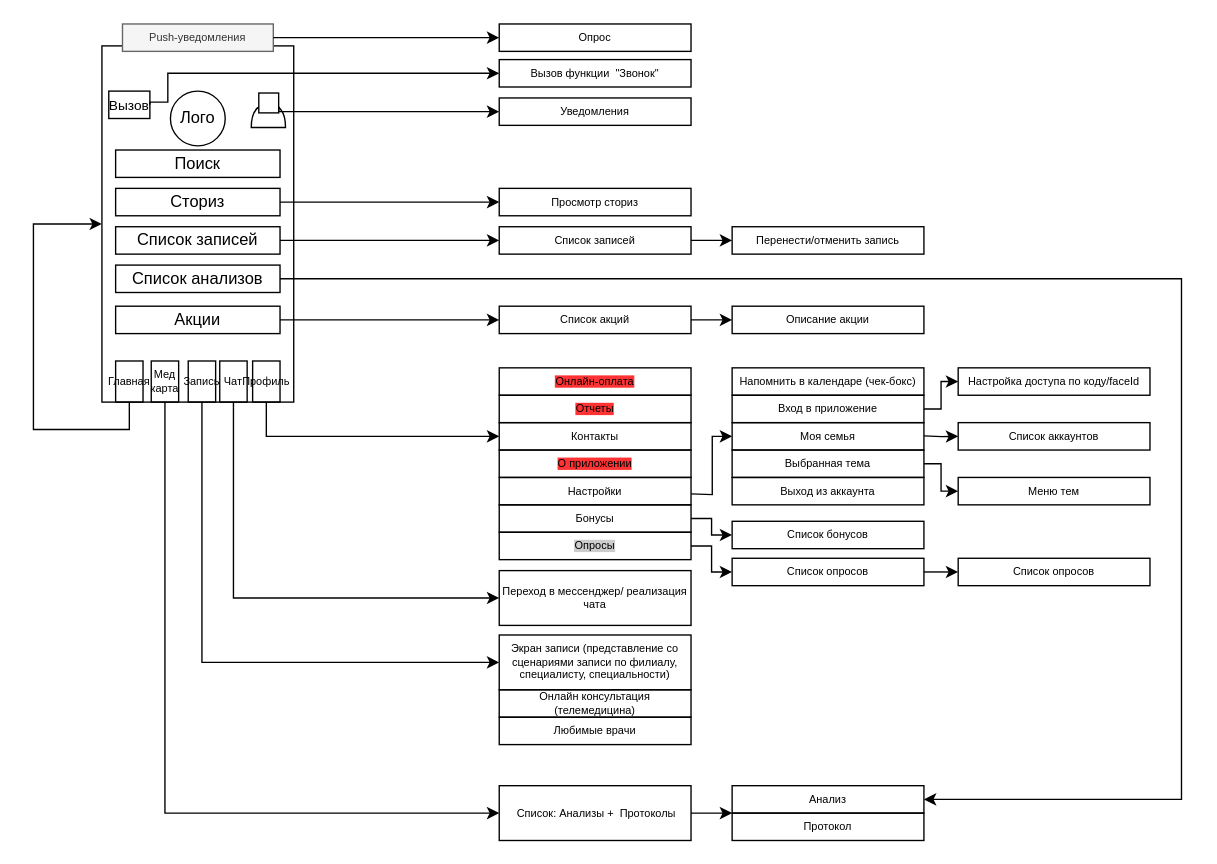
Before: page "Ver1" (1 of 2) of User flow.drawio in Maxim-lavrushin/First-Repo, a draw.io diagram. Source tidied: cells renumbered, new cells numbered last; positions are measured from the earlier drawing's top-left corner, leaving out a move shared by most shapes. Both pictures are drawn from the tidied source at 137%, with x=0, y=0 at pixel (33, 23).
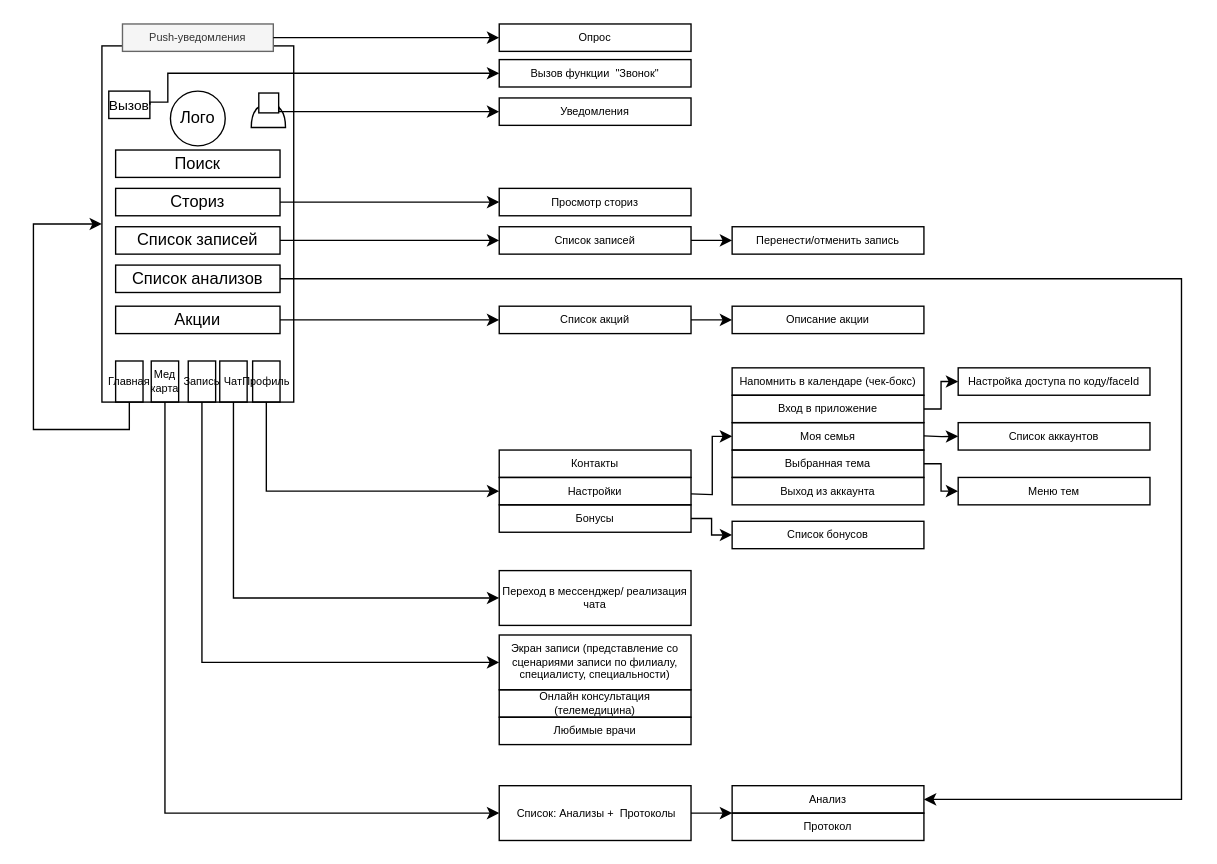
The same page after the edit.

The change refers to these unchanged cells:
```xml
<mxCell id="11" value="&lt;font style=&quot;font-size: 8px;&quot;&gt;Профиль&lt;/font&gt;" style="rounded=0;whiteSpace=wrap;html=1;fillColor=none;fontSize=8;" parent="1" vertex="1">
  <mxGeometry x="159.9" y="246" width="20" height="30" as="geometry" />
</mxCell>
<mxCell id="26" value="Настройки" style="whiteSpace=wrap;html=1;strokeColor=#000000;fontSize=8;fillColor=none;" parent="1" vertex="1">
  <mxGeometry x="339.9" y="331" width="140" height="20" as="geometry" />
</mxCell>
```

The edit, as a diff of the source:
```diff
@@
-    <mxCell id="18" style="endArrow=classic;html=1;rounded=0;fontSize=8;edgeStyle=orthogonalEdgeStyle;exitX=0.5;exitY=1;exitDx=0;exitDy=0;entryX=0;entryY=0.5;entryDx=0;entryDy=0;" parent="1" edge="1" source="11" target="28">
-      <mxGeometry relative="1" as="geometry">
-        <Array as="points">
-          <mxPoint x="169.9" y="301" />
-        </Array>
-      </mxGeometry>
-    </mxCell>
-    <mxCell id="19" value="Отчеты" style="whiteSpace=wrap;html=1;strokeColor=#000000;fontSize=8;fillColor=none;labelBackgroundColor=#FF3333;" parent="1" vertex="1">
-      <mxGeometry x="339.9" y="271" width="140" height="20" as="geometry" />
-    </mxCell>
-    <mxCell id="20" value="Онлайн-оплата" style="whiteSpace=wrap;html=1;strokeColor=#000000;fontSize=8;fillColor=none;labelBackgroundColor=#FF3333;" parent="1" vertex="1">
-      <mxGeometry x="339.9" y="251" width="140" height="20" as="geometry" />
-    </mxCell>
@@
-    <mxCell id="27" value="О приложении" style="whiteSpace=wrap;html=1;strokeColor=#000000;fontSize=8;fillColor=none;labelBackgroundColor=#FF3333;" parent="1" vertex="1">
-      <mxGeometry x="339.9" y="311" width="140" height="20" as="geometry" />
-    </mxCell>
     <mxCell id="28" value="Контакты" style="whiteSpace=wrap;html=1;strokeColor=#000000;fontSize=8;fillColor=none;" parent="1" vertex="1">
-      <mxGeometry x="339.9" y="291" width="140" height="20" as="geometry" />
+      <mxGeometry x="339.9" y="311" width="140" height="20" as="geometry" />
     </mxCell>
@@
-    <mxCell id="61" value="Список опросов" style="whiteSpace=wrap;html=1;strokeColor=#000000;fontSize=8;fillColor=none;" parent="1" vertex="1">
-      <mxGeometry x="509.9" y="390" width="140" height="20" as="geometry" />
-    </mxCell>
-    <mxCell id="62" value="Опросы" style="whiteSpace=wrap;html=1;strokeColor=#000000;fontSize=8;fillColor=none;labelBackgroundColor=#CCCCCC;" parent="1" vertex="1">
-      <mxGeometry x="339.9" y="371" width="140" height="20" as="geometry" />
-    </mxCell>
-    <mxCell id="63" style="endArrow=classic;html=1;rounded=0;fontSize=8;edgeStyle=orthogonalEdgeStyle;exitX=1;exitY=0.5;exitDx=0;exitDy=0;" parent="1" edge="1" source="62" target="61">
-      <mxGeometry relative="1" as="geometry" />
-    </mxCell>
-    <mxCell id="64" value="Список опросов" style="whiteSpace=wrap;html=1;strokeColor=#000000;fontSize=8;fillColor=none;" parent="1" vertex="1">
-      <mxGeometry x="674.9" y="390" width="140" height="20" as="geometry" />
-    </mxCell>
-    <mxCell id="65" style="endArrow=classic;html=1;rounded=0;fontSize=8;edgeStyle=orthogonalEdgeStyle;exitX=1;exitY=0.5;exitDx=0;exitDy=0;entryX=0;entryY=0.5;entryDx=0;entryDy=0;" parent="1" edge="1" source="61" target="64">
-      <mxGeometry relative="1" as="geometry" />
-    </mxCell>
@@
+    <mxCell id="73" style="endArrow=classic;html=1;rounded=0;fontSize=8;edgeStyle=orthogonalEdgeStyle;exitX=0.5;exitY=1;exitDx=0;exitDy=0;entryX=0;entryY=0.5;entryDx=0;entryDy=0;" parent="1" edge="1" source="11" target="26">
+      <mxGeometry relative="1" as="geometry">
+        <Array as="points">
+          <mxPoint x="170" y="341" />
+        </Array>
+      </mxGeometry>
+    </mxCell>
```
